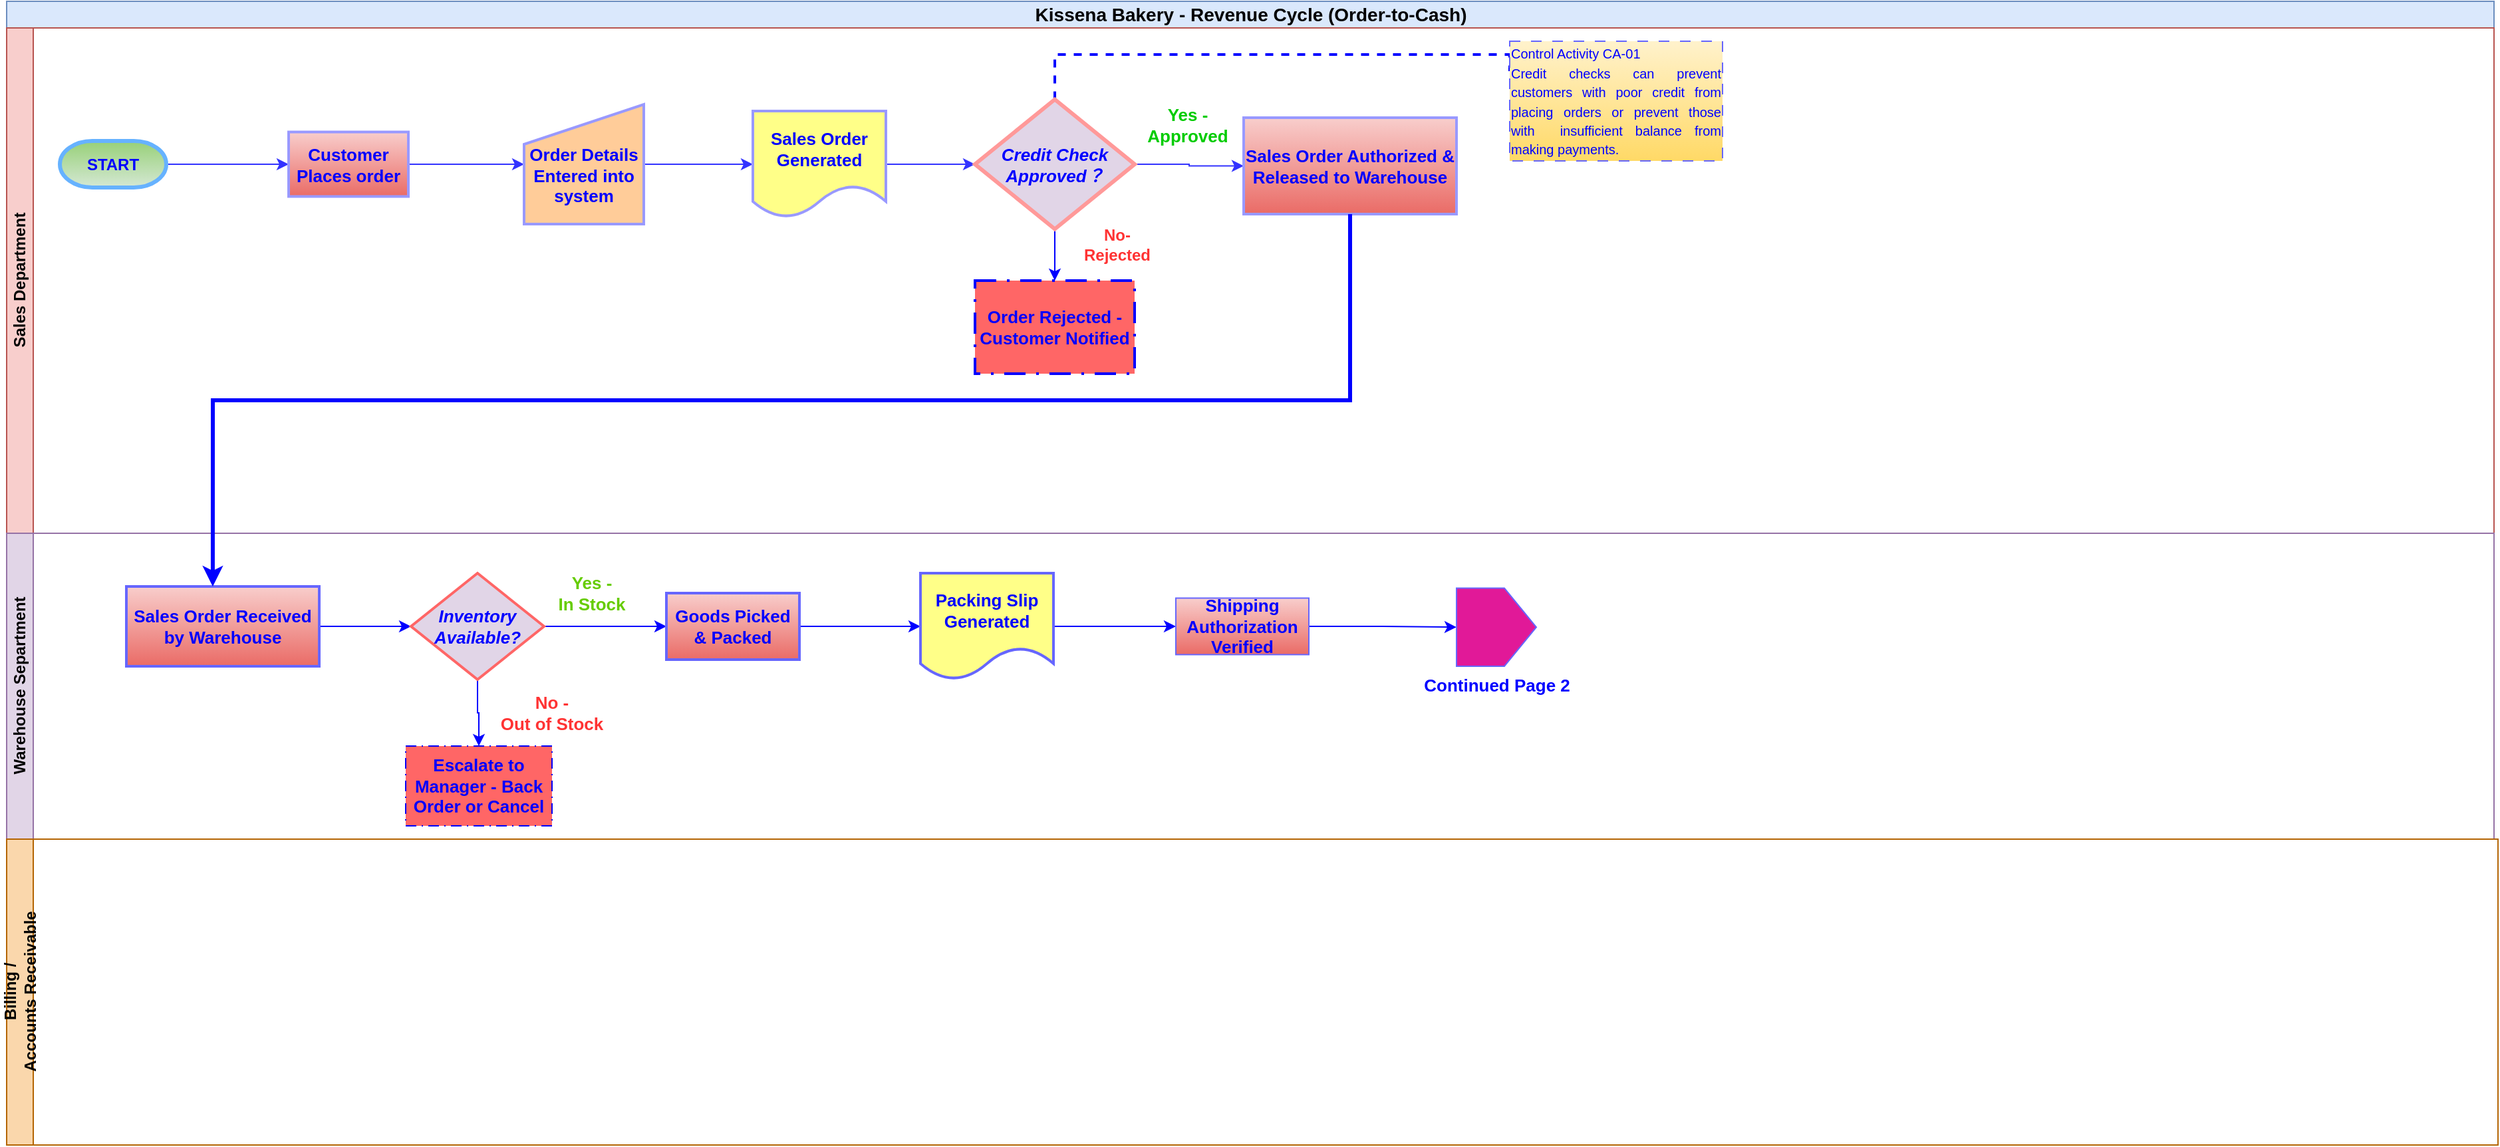
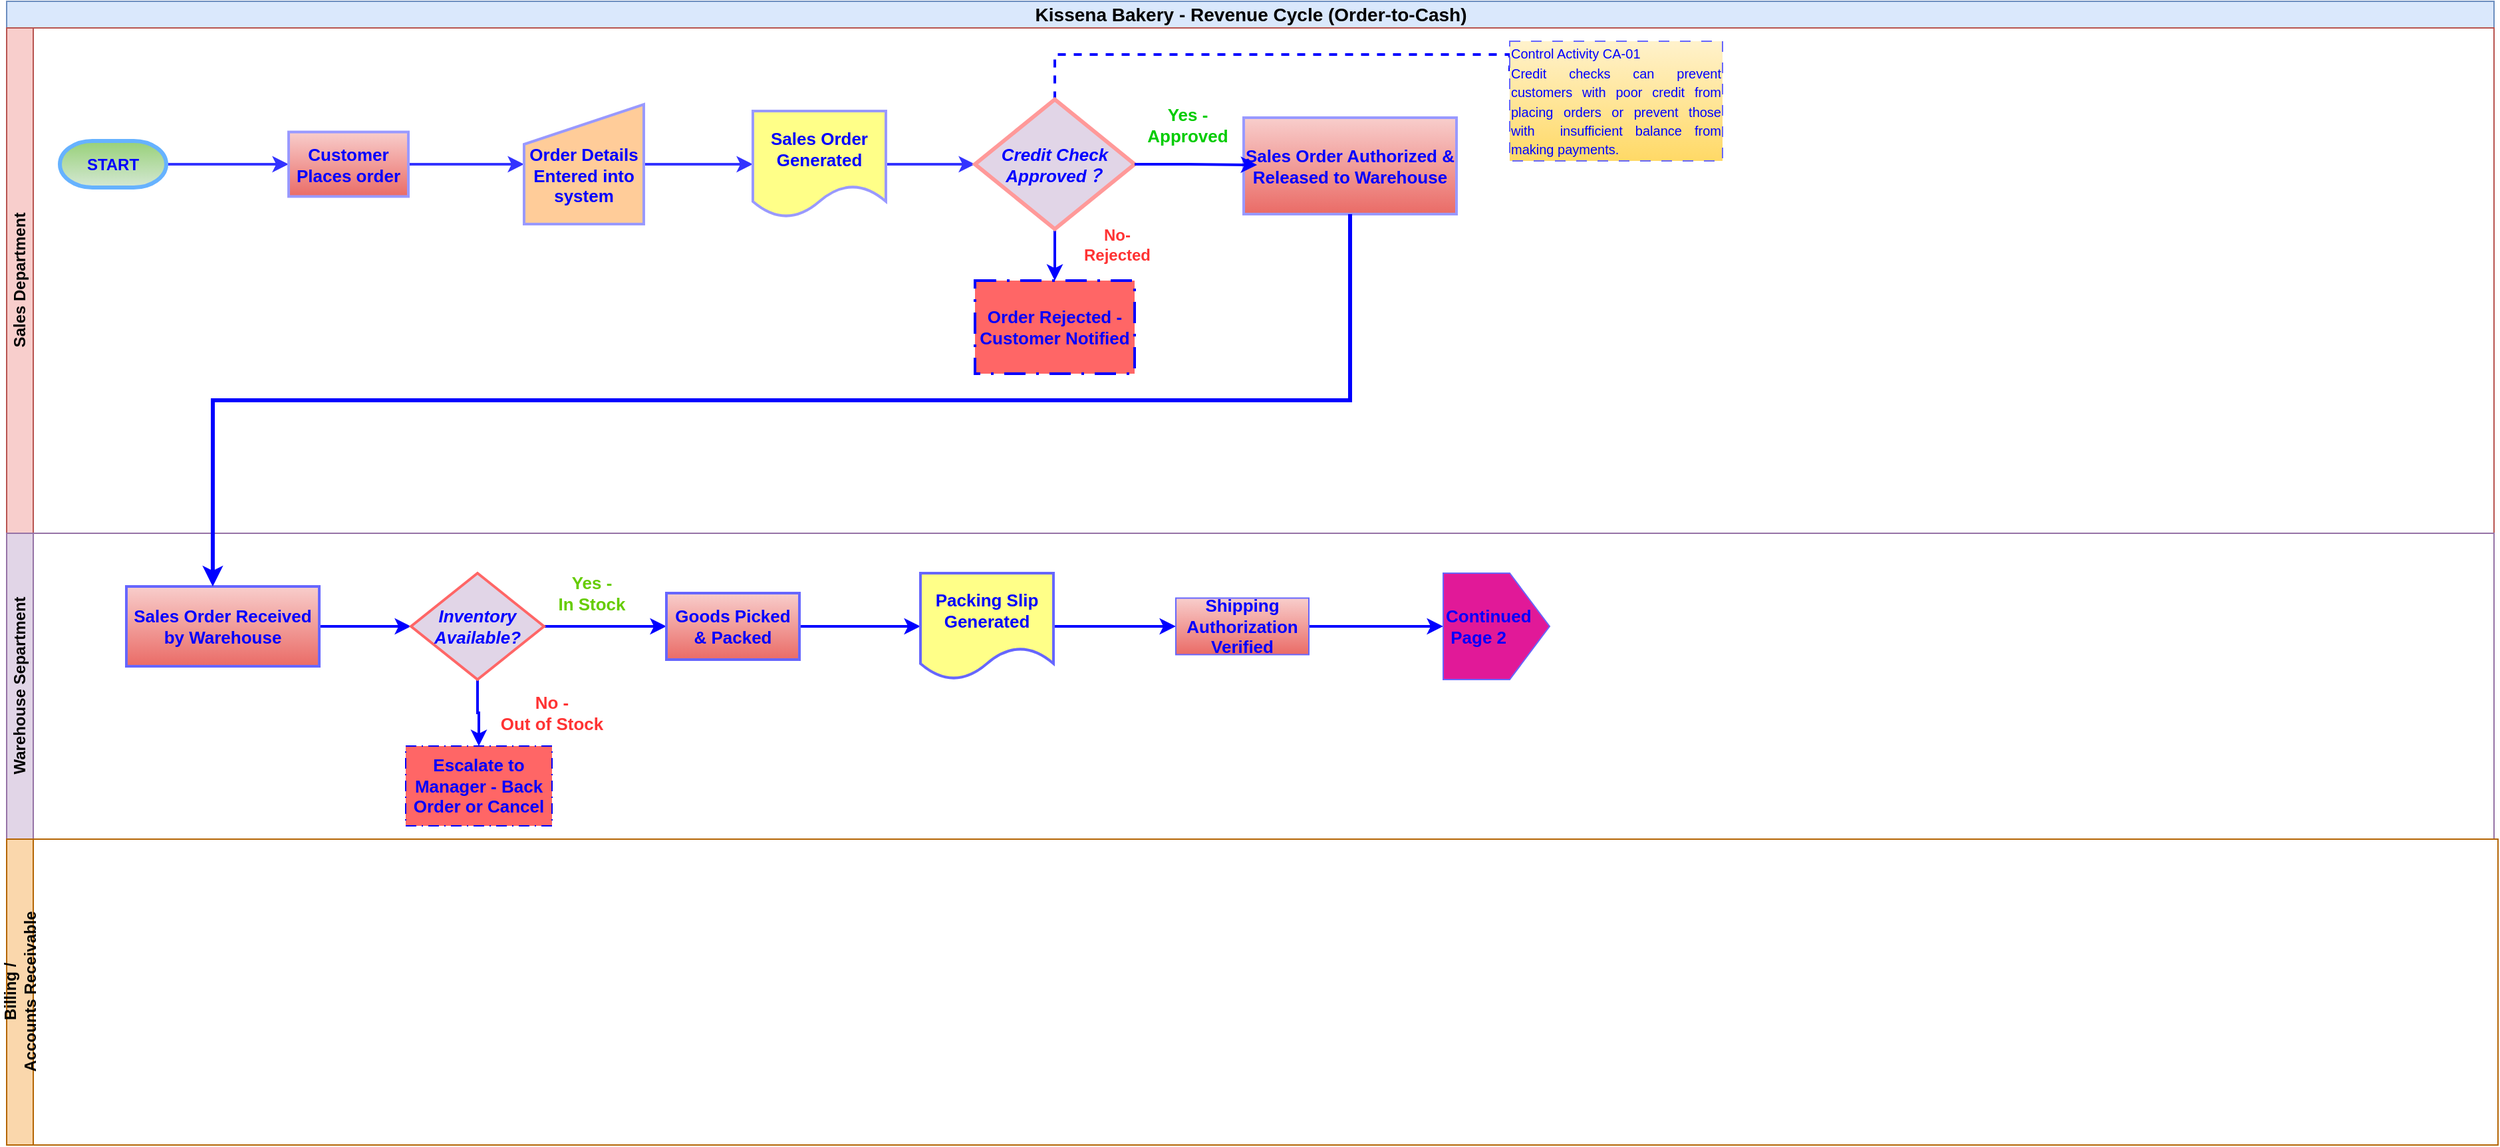
<mxfile host="app.diagrams.net" agent="Mozilla/5.0 (Windows NT 10.0; Win64; x64) AppleWebKit/537.36 (KHTML, like Gecko) Chrome/145.0.0.0 Safari/537.36" version="29.6.4" pages="2">
  <diagram name="Page-1" id="klMabU_GDppZGB9yFFRy">
-     <mxGraphModel dx="2755" dy="991" grid="1" gridSize="10" guides="1" tooltips="1" connect="1" arrows="1" fold="1" page="1" pageScale="1" pageWidth="1100" pageHeight="850" math="0" shadow="0">
+     <mxGraphModel dx="2431" dy="874" grid="1" gridSize="10" guides="1" tooltips="1" connect="1" arrows="1" fold="1" page="1" pageScale="1" pageWidth="1100" pageHeight="850" math="0" shadow="0">
      <root>
        <mxCell id="0" />
        <mxCell id="1" parent="0" />
        <mxCell id="0vQu63eh7_hz7IOFjZfk-1" parent="1" style="swimlane;childLayout=stackLayout;resizeParent=1;resizeParentMax=0;horizontal=1;startSize=20;horizontalStack=0;html=1;fillColor=#dae8fc;strokeColor=#6c8ebf;" value="&lt;div style=&quot;text-align: start;&quot;&gt;&lt;font style=&quot;font-size: 14px;&quot;&gt;Kissena Bakery - Revenue Cycle (Order-to-Cash)&lt;/font&gt;&lt;/div&gt;" vertex="1">
          <mxGeometry height="20" width="1870" x="80" y="30" as="geometry" />
        </mxCell>
        <mxCell id="0vQu63eh7_hz7IOFjZfk-2" parent="1" style="swimlane;startSize=20;horizontal=0;html=1;fillColor=#f8cecc;strokeColor=#b85450;" value="Sales Department" vertex="1">
          <mxGeometry height="380" width="1870" x="80" y="50" as="geometry">
            <mxRectangle height="30" width="610" y="20" as="alternateBounds" />
          </mxGeometry>
        </mxCell>
-         <mxCell id="0vQu63eh7_hz7IOFjZfk-43" edge="1" parent="0vQu63eh7_hz7IOFjZfk-2" source="0vQu63eh7_hz7IOFjZfk-10" style="edgeStyle=orthogonalEdgeStyle;rounded=0;orthogonalLoop=1;jettySize=auto;html=1;exitX=0;exitY=0.5;exitDx=0;exitDy=0;exitPerimeter=0;entryX=0;entryY=0.5;entryDx=0;entryDy=0;strokeColor=#3333FF;" target="0vQu63eh7_hz7IOFjZfk-15">
+         <mxCell id="0vQu63eh7_hz7IOFjZfk-43" edge="1" parent="0vQu63eh7_hz7IOFjZfk-2" source="0vQu63eh7_hz7IOFjZfk-10" style="edgeStyle=orthogonalEdgeStyle;rounded=0;orthogonalLoop=1;jettySize=auto;html=1;exitX=0;exitY=0.5;exitDx=0;exitDy=0;exitPerimeter=0;entryX=0;entryY=0.5;entryDx=0;entryDy=0;strokeColor=#3333FF;strokeWidth=2;" target="0vQu63eh7_hz7IOFjZfk-15">
          <mxGeometry relative="1" as="geometry" />
        </mxCell>
        <mxCell id="0vQu63eh7_hz7IOFjZfk-10" parent="0vQu63eh7_hz7IOFjZfk-2" style="strokeWidth=3;html=1;shape=mxgraph.flowchart.terminator;whiteSpace=wrap;direction=west;fillColor=#d5e8d4;gradientColor=#97d077;strokeColor=#66B2FF;" value="&lt;b&gt;&lt;font style=&quot;color: rgb(0, 0, 255);&quot;&gt;START&lt;/font&gt;&lt;/b&gt;" vertex="1">
          <mxGeometry height="35" width="80" x="40" y="85" as="geometry" />
        </mxCell>
-         <mxCell id="46-Umk2mzS9Czotzx1H9-2" edge="1" parent="0vQu63eh7_hz7IOFjZfk-2" source="0vQu63eh7_hz7IOFjZfk-15" style="edgeStyle=orthogonalEdgeStyle;rounded=0;orthogonalLoop=1;jettySize=auto;html=1;exitX=1;exitY=0.5;exitDx=0;exitDy=0;entryX=0;entryY=0.5;entryDx=0;entryDy=0;strokeColor=#3333FF;" target="0vQu63eh7_hz7IOFjZfk-20">
+         <mxCell id="46-Umk2mzS9Czotzx1H9-2" edge="1" parent="0vQu63eh7_hz7IOFjZfk-2" source="0vQu63eh7_hz7IOFjZfk-15" style="edgeStyle=orthogonalEdgeStyle;rounded=0;orthogonalLoop=1;jettySize=auto;html=1;exitX=1;exitY=0.5;exitDx=0;exitDy=0;entryX=0;entryY=0.5;entryDx=0;entryDy=0;strokeColor=#3333FF;strokeWidth=2;" target="0vQu63eh7_hz7IOFjZfk-20">
          <mxGeometry relative="1" as="geometry" />
        </mxCell>
        <mxCell id="0vQu63eh7_hz7IOFjZfk-15" parent="0vQu63eh7_hz7IOFjZfk-2" style="html=1;dashed=0;whiteSpace=wrap;strokeWidth=2;fillColor=#f8cecc;strokeColor=#9999FF;gradientColor=#ea6b66;" value="&lt;font style=&quot;font-size: 13px; color: rgb(0, 0, 255);&quot;&gt;&lt;b style=&quot;&quot;&gt;Customer Places order&lt;/b&gt;&lt;/font&gt;" vertex="1">
          <mxGeometry height="48.5" width="90" x="212" y="78.25" as="geometry" />
        </mxCell>
-         <mxCell id="46-Umk2mzS9Czotzx1H9-3" edge="1" parent="0vQu63eh7_hz7IOFjZfk-2" source="0vQu63eh7_hz7IOFjZfk-20" style="edgeStyle=orthogonalEdgeStyle;rounded=0;orthogonalLoop=1;jettySize=auto;html=1;exitX=1;exitY=0.5;exitDx=0;exitDy=0;entryX=0;entryY=0.5;entryDx=0;entryDy=0;strokeColor=#3333FF;" target="0vQu63eh7_hz7IOFjZfk-30">
+         <mxCell id="46-Umk2mzS9Czotzx1H9-3" edge="1" parent="0vQu63eh7_hz7IOFjZfk-2" source="0vQu63eh7_hz7IOFjZfk-20" style="edgeStyle=orthogonalEdgeStyle;rounded=0;orthogonalLoop=1;jettySize=auto;html=1;exitX=1;exitY=0.5;exitDx=0;exitDy=0;entryX=0;entryY=0.5;entryDx=0;entryDy=0;strokeColor=#3333FF;strokeWidth=2;" target="0vQu63eh7_hz7IOFjZfk-30">
          <mxGeometry relative="1" as="geometry" />
        </mxCell>
        <mxCell id="0vQu63eh7_hz7IOFjZfk-20" parent="0vQu63eh7_hz7IOFjZfk-2" style="shape=manualInput;whiteSpace=wrap;html=1;align=center;fillColor=#ffcc99;strokeColor=#9999FF;strokeWidth=2;" value="&lt;div style=&quot;&quot;&gt;&lt;span style=&quot;background-color: transparent;&quot;&gt;&lt;b style=&quot;&quot;&gt;&lt;font style=&quot;font-size: 13px; color: rgb(0, 0, 255);&quot;&gt;&lt;br&gt;&lt;/font&gt;&lt;/b&gt;&lt;/span&gt;&lt;/div&gt;&lt;div style=&quot;&quot;&gt;&lt;span style=&quot;background-color: transparent;&quot;&gt;&lt;b style=&quot;&quot;&gt;&lt;font style=&quot;font-size: 13px; color: rgb(0, 0, 255);&quot;&gt;Order Details Entered into system&lt;/font&gt;&lt;/b&gt;&lt;/span&gt;&lt;/div&gt;" vertex="1">
          <mxGeometry height="90" width="90" x="389" y="57.5" as="geometry" />
        </mxCell>
        <mxCell id="0vQu63eh7_hz7IOFjZfk-35" edge="1" parent="0vQu63eh7_hz7IOFjZfk-2" style="edgeStyle=orthogonalEdgeStyle;rounded=0;orthogonalLoop=1;jettySize=auto;html=1;exitX=0;exitY=0.5;exitDx=0;exitDy=0;">
          <mxGeometry relative="1" as="geometry">
            <mxPoint x="410" y="105" as="sourcePoint" />
            <mxPoint x="410" y="105" as="targetPoint" />
          </mxGeometry>
        </mxCell>
-         <mxCell id="46-Umk2mzS9Czotzx1H9-4" edge="1" parent="0vQu63eh7_hz7IOFjZfk-2" source="0vQu63eh7_hz7IOFjZfk-30" style="edgeStyle=orthogonalEdgeStyle;rounded=0;orthogonalLoop=1;jettySize=auto;html=1;exitX=1;exitY=0.5;exitDx=0;exitDy=0;entryX=0;entryY=0.5;entryDx=0;entryDy=0;strokeColor=#3333FF;" target="0vQu63eh7_hz7IOFjZfk-34">
+         <mxCell id="46-Umk2mzS9Czotzx1H9-4" edge="1" parent="0vQu63eh7_hz7IOFjZfk-2" source="0vQu63eh7_hz7IOFjZfk-30" style="edgeStyle=orthogonalEdgeStyle;rounded=0;orthogonalLoop=1;jettySize=auto;html=1;exitX=1;exitY=0.5;exitDx=0;exitDy=0;entryX=0;entryY=0.5;entryDx=0;entryDy=0;strokeColor=#3333FF;strokeWidth=2;" target="0vQu63eh7_hz7IOFjZfk-34">
          <mxGeometry relative="1" as="geometry" />
        </mxCell>
        <mxCell id="0vQu63eh7_hz7IOFjZfk-30" parent="0vQu63eh7_hz7IOFjZfk-2" style="shape=document;whiteSpace=wrap;html=1;boundedLbl=1;strokeWidth=2;fillColor=#ffff88;strokeColor=#9999FF;" value="&lt;font style=&quot;font-size: 13px; color: rgb(0, 0, 255);&quot;&gt;&lt;b&gt;Sales Order Generated&lt;/b&gt;&lt;/font&gt;" vertex="1">
          <mxGeometry height="80" width="100" x="561" y="62.5" as="geometry" />
        </mxCell>
        <mxCell id="pGH0SQg9JUakCyH8bkGQ-28" edge="1" parent="0vQu63eh7_hz7IOFjZfk-2" source="0vQu63eh7_hz7IOFjZfk-34" style="edgeStyle=orthogonalEdgeStyle;rounded=0;orthogonalLoop=1;jettySize=auto;html=1;exitX=0.5;exitY=0;exitDx=0;exitDy=0;entryX=0;entryY=0.25;entryDx=0;entryDy=0;endArrow=none;endFill=0;dashed=1;strokeWidth=2;strokeColor=#0000FF;" target="pGH0SQg9JUakCyH8bkGQ-23">
          <mxGeometry relative="1" as="geometry">
            <Array as="points">
              <mxPoint x="788" y="20" />
              <mxPoint x="1130" y="20" />
            </Array>
          </mxGeometry>
        </mxCell>
-         <mxCell id="DywWvH4VDf4e1SjyT3sU-2" edge="1" parent="0vQu63eh7_hz7IOFjZfk-2" source="0vQu63eh7_hz7IOFjZfk-34" style="edgeStyle=orthogonalEdgeStyle;rounded=0;orthogonalLoop=1;jettySize=auto;html=1;exitX=0.5;exitY=1;exitDx=0;exitDy=0;entryX=0.5;entryY=0;entryDx=0;entryDy=0;strokeColor=#0000FF;" target="0vQu63eh7_hz7IOFjZfk-65">
-           <mxGeometry relative="1" as="geometry" />
-         </mxCell>
-         <mxCell id="46-Umk2mzS9Czotzx1H9-5" edge="1" parent="0vQu63eh7_hz7IOFjZfk-2" source="0vQu63eh7_hz7IOFjZfk-34" style="edgeStyle=orthogonalEdgeStyle;rounded=0;orthogonalLoop=1;jettySize=auto;html=1;exitX=1;exitY=0.5;exitDx=0;exitDy=0;entryX=0;entryY=0.5;entryDx=0;entryDy=0;strokeColor=#3333FF;" target="0vQu63eh7_hz7IOFjZfk-67">
+         <mxCell id="DywWvH4VDf4e1SjyT3sU-2" edge="1" parent="0vQu63eh7_hz7IOFjZfk-2" source="0vQu63eh7_hz7IOFjZfk-34" style="edgeStyle=orthogonalEdgeStyle;rounded=0;orthogonalLoop=1;jettySize=auto;html=1;exitX=0.5;exitY=1;exitDx=0;exitDy=0;entryX=0.5;entryY=0;entryDx=0;entryDy=0;strokeColor=#0000FF;strokeWidth=2;" target="0vQu63eh7_hz7IOFjZfk-65">
          <mxGeometry relative="1" as="geometry" />
        </mxCell>
        <mxCell id="0vQu63eh7_hz7IOFjZfk-34" parent="0vQu63eh7_hz7IOFjZfk-2" style="rhombus;whiteSpace=wrap;html=1;fillColor=#e1d5e7;strokeColor=#FF9999;strokeWidth=3;" value="&lt;font style=&quot;font-size: 13px; color: rgb(0, 0, 255);&quot;&gt;&lt;b&gt;&lt;i&gt;Credit Check Approved？&lt;/i&gt;&lt;/b&gt;&lt;/font&gt;" vertex="1">
          <mxGeometry height="97.5" width="120" x="728" y="53.75" as="geometry" />
        </mxCell>
        <mxCell id="0vQu63eh7_hz7IOFjZfk-60" parent="0vQu63eh7_hz7IOFjZfk-2" style="text;html=1;whiteSpace=wrap;strokeColor=none;fillColor=none;align=center;verticalAlign=middle;rounded=0;fontColor=#00CC00;" value="&lt;font style=&quot;font-size: 13px;&quot;&gt;&lt;b style=&quot;&quot;&gt;Yes - Approved&lt;/b&gt;&lt;/font&gt;" vertex="1">
          <mxGeometry height="30" width="80" x="848" y="57.5" as="geometry" />
        </mxCell>
        <mxCell id="0vQu63eh7_hz7IOFjZfk-65" parent="0vQu63eh7_hz7IOFjZfk-2" style="html=1;dashed=1;whiteSpace=wrap;strokeWidth=2;fillColor=light-dark(#FF6666,#FF3333);strokeColor=#0000FF;fontColor=#ffffff;fontStyle=1;dashPattern=8 4 1 4;" value="&lt;font style=&quot;font-size: 13px; color: rgb(0, 0, 255);&quot;&gt;Order Rejected - Customer Notified&lt;/font&gt;" vertex="1">
          <mxGeometry height="70" width="120" x="728" y="190" as="geometry" />
        </mxCell>
        <mxCell id="0vQu63eh7_hz7IOFjZfk-67" parent="0vQu63eh7_hz7IOFjZfk-2" style="html=1;dashed=0;whiteSpace=wrap;fillColor=#f8cecc;gradientColor=#ea6b66;strokeColor=#9999FF;strokeWidth=2;" value="&lt;font style=&quot;font-size: 13px; color: rgb(0, 0, 255);&quot;&gt;&lt;b&gt;Sales Order Authorized &amp;amp; Released to Warehouse&lt;/b&gt;&lt;/font&gt;" vertex="1">
          <mxGeometry height="72.5" width="160" x="930" y="67.5" as="geometry" />
        </mxCell>
        <mxCell id="pGH0SQg9JUakCyH8bkGQ-23" parent="0vQu63eh7_hz7IOFjZfk-2" style="html=1;dashed=1;whiteSpace=wrap;dashPattern=8 8;fillColor=#fff2cc;gradientColor=#ffd966;strokeColor=light-dark(#6666FF,#6D5100);strokeWidth=1;" value="&lt;div style=&quot;text-align: justify;&quot;&gt;&lt;span style=&quot;font-size: 10px; background-color: transparent;&quot;&gt;&lt;font style=&quot;color: rgb(0, 0, 255);&quot;&gt;Control Activity&amp;nbsp;CA-01&lt;/font&gt;&lt;/span&gt;&lt;/div&gt;&lt;font style=&quot;color: rgb(0, 0, 255);&quot;&gt;&lt;div style=&quot;text-align: justify;&quot;&gt;&lt;span style=&quot;font-size: 10px; background-color: transparent;&quot;&gt;Credit checks can prevent customers with poor credit from placing orders or prevent those with&amp;nbsp; insufficient balance from making payments.&lt;/span&gt;&lt;/div&gt;&lt;/font&gt;" vertex="1">
          <mxGeometry height="90" width="160" x="1130" y="10" as="geometry" />
        </mxCell>
        <mxCell id="DywWvH4VDf4e1SjyT3sU-3" parent="0vQu63eh7_hz7IOFjZfk-2" style="text;html=1;whiteSpace=wrap;strokeColor=none;fillColor=none;align=center;verticalAlign=middle;rounded=0;fontSize=12;fontStyle=1;fontColor=#FF3333;" value="&lt;span&gt;&lt;font style=&quot;&quot;&gt;No-Rejected&lt;/font&gt;&lt;/span&gt;" vertex="1">
          <mxGeometry height="30" width="70" x="800" y="147.5" as="geometry" />
        </mxCell>
+         <mxCell id="G1smnQENkRiUrPdJOTDi-3" edge="1" parent="0vQu63eh7_hz7IOFjZfk-2" source="0vQu63eh7_hz7IOFjZfk-34" style="edgeStyle=orthogonalEdgeStyle;rounded=0;orthogonalLoop=1;jettySize=auto;html=1;exitX=1;exitY=0.5;exitDx=0;exitDy=0;entryX=0.063;entryY=0.49;entryDx=0;entryDy=0;entryPerimeter=0;strokeColor=#0000FF;strokeWidth=2;" target="0vQu63eh7_hz7IOFjZfk-67">
+           <mxGeometry relative="1" as="geometry" />
+         </mxCell>
        <mxCell id="0vQu63eh7_hz7IOFjZfk-3" parent="1" style="swimlane;startSize=20;horizontal=0;html=1;fillColor=#e1d5e7;strokeColor=#9673a6;" value="Warehouse Separtment" vertex="1">
          <mxGeometry height="230" width="1870" x="80" y="430" as="geometry" />
        </mxCell>
-         <mxCell id="pGH0SQg9JUakCyH8bkGQ-32" edge="1" parent="0vQu63eh7_hz7IOFjZfk-3" source="0vQu63eh7_hz7IOFjZfk-73" style="edgeStyle=orthogonalEdgeStyle;rounded=0;orthogonalLoop=1;jettySize=auto;html=1;exitX=1;exitY=0.5;exitDx=0;exitDy=0;entryX=0;entryY=0.5;entryDx=0;entryDy=0;strokeColor=#0000FF;" target="0vQu63eh7_hz7IOFjZfk-92">
+         <mxCell id="pGH0SQg9JUakCyH8bkGQ-32" edge="1" parent="0vQu63eh7_hz7IOFjZfk-3" source="0vQu63eh7_hz7IOFjZfk-73" style="edgeStyle=orthogonalEdgeStyle;rounded=0;orthogonalLoop=1;jettySize=auto;html=1;exitX=1;exitY=0.5;exitDx=0;exitDy=0;entryX=0;entryY=0.5;entryDx=0;entryDy=0;strokeColor=#0000FF;strokeWidth=2;" target="0vQu63eh7_hz7IOFjZfk-92">
          <mxGeometry relative="1" as="geometry" />
        </mxCell>
        <mxCell id="0vQu63eh7_hz7IOFjZfk-73" parent="0vQu63eh7_hz7IOFjZfk-3" style="html=1;dashed=0;whiteSpace=wrap;fillColor=#f8cecc;gradientColor=#ea6b66;strokeColor=#6666FF;strokeWidth=2;" value="&lt;font style=&quot;font-size: 13px; color: rgb(0, 0, 255);&quot;&gt;&lt;b&gt;Sales Order Received by Warehouse&lt;/b&gt;&lt;/font&gt;" vertex="1">
          <mxGeometry height="60" width="145" x="90" y="40" as="geometry" />
        </mxCell>
-         <mxCell id="pGH0SQg9JUakCyH8bkGQ-31" edge="1" parent="0vQu63eh7_hz7IOFjZfk-3" source="0vQu63eh7_hz7IOFjZfk-92" style="edgeStyle=orthogonalEdgeStyle;rounded=0;orthogonalLoop=1;jettySize=auto;html=1;exitX=1;exitY=0.5;exitDx=0;exitDy=0;entryX=0;entryY=0.5;entryDx=0;entryDy=0;strokeColor=#0000FF;" target="0vQu63eh7_hz7IOFjZfk-106">
-           <mxGeometry relative="1" as="geometry" />
-         </mxCell>
-         <mxCell id="pGH0SQg9JUakCyH8bkGQ-34" edge="1" parent="0vQu63eh7_hz7IOFjZfk-3" source="0vQu63eh7_hz7IOFjZfk-92" style="edgeStyle=orthogonalEdgeStyle;rounded=0;orthogonalLoop=1;jettySize=auto;html=1;exitX=0.5;exitY=1;exitDx=0;exitDy=0;entryX=0.5;entryY=0;entryDx=0;entryDy=0;strokeColor=#0000FF;" target="0vQu63eh7_hz7IOFjZfk-96">
+         <mxCell id="pGH0SQg9JUakCyH8bkGQ-31" edge="1" parent="0vQu63eh7_hz7IOFjZfk-3" source="0vQu63eh7_hz7IOFjZfk-92" style="edgeStyle=orthogonalEdgeStyle;rounded=0;orthogonalLoop=1;jettySize=auto;html=1;exitX=1;exitY=0.5;exitDx=0;exitDy=0;entryX=0;entryY=0.5;entryDx=0;entryDy=0;strokeColor=#0000FF;strokeWidth=2;" target="0vQu63eh7_hz7IOFjZfk-106">
+           <mxGeometry relative="1" as="geometry" />
+         </mxCell>
+         <mxCell id="pGH0SQg9JUakCyH8bkGQ-34" edge="1" parent="0vQu63eh7_hz7IOFjZfk-3" source="0vQu63eh7_hz7IOFjZfk-92" style="edgeStyle=orthogonalEdgeStyle;rounded=0;orthogonalLoop=1;jettySize=auto;html=1;exitX=0.5;exitY=1;exitDx=0;exitDy=0;entryX=0.5;entryY=0;entryDx=0;entryDy=0;strokeColor=#0000FF;strokeWidth=2;" target="0vQu63eh7_hz7IOFjZfk-96">
          <mxGeometry relative="1" as="geometry" />
        </mxCell>
        <mxCell id="0vQu63eh7_hz7IOFjZfk-92" parent="0vQu63eh7_hz7IOFjZfk-3" style="rhombus;whiteSpace=wrap;html=1;fillColor=#e1d5e7;strokeColor=light-dark(#FF6666,#FF3333);strokeWidth=2;" value="&lt;font style=&quot;font-size: 13px; color: rgb(0, 0, 255);&quot;&gt;&lt;b&gt;&lt;i&gt;Inventory Available?&lt;/i&gt;&lt;/b&gt;&lt;/font&gt;" vertex="1">
          <mxGeometry height="80" width="100" x="304" y="30" as="geometry" />
        </mxCell>
        <mxCell id="0vQu63eh7_hz7IOFjZfk-96" parent="0vQu63eh7_hz7IOFjZfk-3" style="html=1;dashed=1;whiteSpace=wrap;fillColor=#FF6666;strokeColor=#0000FF;fontColor=#ffffff;dashPattern=8 4 1 4;" value="&lt;b&gt;&lt;font style=&quot;font-size: 13px; color: rgb(0, 0, 255);&quot;&gt;Escalate to Manager - Back Order or Cancel&lt;/font&gt;&lt;/b&gt;" vertex="1">
          <mxGeometry height="60" width="110" x="300" y="160" as="geometry" />
        </mxCell>
-         <mxCell id="46-Umk2mzS9Czotzx1H9-6" edge="1" parent="0vQu63eh7_hz7IOFjZfk-3" source="0vQu63eh7_hz7IOFjZfk-106" style="edgeStyle=orthogonalEdgeStyle;rounded=0;orthogonalLoop=1;jettySize=auto;html=1;exitX=1;exitY=0.5;exitDx=0;exitDy=0;entryX=0;entryY=0.5;entryDx=0;entryDy=0;strokeColor=#0000FF;" target="0vQu63eh7_hz7IOFjZfk-110">
+         <mxCell id="46-Umk2mzS9Czotzx1H9-6" edge="1" parent="0vQu63eh7_hz7IOFjZfk-3" source="0vQu63eh7_hz7IOFjZfk-106" style="edgeStyle=orthogonalEdgeStyle;rounded=0;orthogonalLoop=1;jettySize=auto;html=1;exitX=1;exitY=0.5;exitDx=0;exitDy=0;entryX=0;entryY=0.5;entryDx=0;entryDy=0;strokeColor=#0000FF;strokeWidth=2;" target="0vQu63eh7_hz7IOFjZfk-110">
          <mxGeometry relative="1" as="geometry" />
        </mxCell>
        <mxCell id="0vQu63eh7_hz7IOFjZfk-106" parent="0vQu63eh7_hz7IOFjZfk-3" style="html=1;dashed=0;whiteSpace=wrap;strokeWidth=2;fillColor=#f8cecc;gradientColor=#ea6b66;strokeColor=#6666FF;" value="&lt;font style=&quot;font-size: 13px; color: rgb(0, 0, 255);&quot;&gt;&lt;b&gt;Goods Picked &amp;amp; Packed&lt;/b&gt;&lt;/font&gt;" vertex="1">
          <mxGeometry height="50" width="100" x="496" y="45" as="geometry" />
        </mxCell>
-         <mxCell id="46-Umk2mzS9Czotzx1H9-8" edge="1" parent="0vQu63eh7_hz7IOFjZfk-3" source="0vQu63eh7_hz7IOFjZfk-110" style="edgeStyle=orthogonalEdgeStyle;rounded=0;orthogonalLoop=1;jettySize=auto;html=1;exitX=1;exitY=0.5;exitDx=0;exitDy=0;entryX=0;entryY=0.5;entryDx=0;entryDy=0;strokeColor=#0000FF;" target="0vQu63eh7_hz7IOFjZfk-112">
+         <mxCell id="46-Umk2mzS9Czotzx1H9-8" edge="1" parent="0vQu63eh7_hz7IOFjZfk-3" source="0vQu63eh7_hz7IOFjZfk-110" style="edgeStyle=orthogonalEdgeStyle;rounded=0;orthogonalLoop=1;jettySize=auto;html=1;exitX=1;exitY=0.5;exitDx=0;exitDy=0;entryX=0;entryY=0.5;entryDx=0;entryDy=0;strokeColor=#0000FF;strokeWidth=2;" target="0vQu63eh7_hz7IOFjZfk-112">
          <mxGeometry relative="1" as="geometry" />
        </mxCell>
        <mxCell id="0vQu63eh7_hz7IOFjZfk-110" parent="0vQu63eh7_hz7IOFjZfk-3" style="shape=document;whiteSpace=wrap;html=1;boundedLbl=1;strokeWidth=2;fillColor=#ffff88;strokeColor=#6666FF;" value="&lt;font style=&quot;font-size: 13px; color: rgb(0, 0, 255);&quot;&gt;&lt;b&gt;Packing Slip Generated&lt;/b&gt;&lt;/font&gt;" vertex="1">
          <mxGeometry height="80" width="100" x="687" y="30" as="geometry" />
        </mxCell>
-         <mxCell id="46-Umk2mzS9Czotzx1H9-9" edge="1" parent="0vQu63eh7_hz7IOFjZfk-3" source="0vQu63eh7_hz7IOFjZfk-112" style="edgeStyle=orthogonalEdgeStyle;rounded=0;orthogonalLoop=1;jettySize=auto;html=1;exitX=1;exitY=0.5;exitDx=0;exitDy=0;entryX=0.5;entryY=0;entryDx=0;entryDy=0;strokeColor=#0000FF;" target="0vQu63eh7_hz7IOFjZfk-126">
+         <mxCell id="G1smnQENkRiUrPdJOTDi-2" edge="1" parent="0vQu63eh7_hz7IOFjZfk-3" source="0vQu63eh7_hz7IOFjZfk-112" style="edgeStyle=orthogonalEdgeStyle;rounded=0;orthogonalLoop=1;jettySize=auto;html=1;exitX=1;exitY=0.5;exitDx=0;exitDy=0;entryX=0.5;entryY=0;entryDx=0;entryDy=0;strokeColor=#0000FF;strokeWidth=2;" target="G1smnQENkRiUrPdJOTDi-1">
          <mxGeometry relative="1" as="geometry" />
        </mxCell>
        <mxCell id="0vQu63eh7_hz7IOFjZfk-112" parent="0vQu63eh7_hz7IOFjZfk-3" style="html=1;dashed=0;whiteSpace=wrap;strokeColor=#6666FF;fillColor=#f8cecc;gradientColor=#ea6b66;fontStyle=1" value="&lt;font style=&quot;font-size: 13px; color: rgb(0, 0, 255);&quot;&gt;Shipping Authorization Verified&lt;/font&gt;" vertex="1">
          <mxGeometry height="42.5" width="100" x="879" y="48.75" as="geometry" />
        </mxCell>
        <mxCell id="0vQu63eh7_hz7IOFjZfk-98" parent="0vQu63eh7_hz7IOFjZfk-3" style="text;html=1;whiteSpace=wrap;strokeColor=none;fillColor=none;align=center;verticalAlign=middle;rounded=0;fontColor=#FF3333;" value="&lt;font style=&quot;font-size: 13px;&quot;&gt;&lt;b&gt;No - &lt;br&gt;Out of Stock&lt;/b&gt;&lt;/font&gt;" vertex="1">
          <mxGeometry height="30" width="80" x="370" y="120" as="geometry" />
        </mxCell>
-         <mxCell id="0vQu63eh7_hz7IOFjZfk-126" parent="0vQu63eh7_hz7IOFjZfk-3" style="verticalLabelPosition=bottom;verticalAlign=top;html=1;shape=offPageConnector;rounded=0;size=0.4;fillColor=light-dark(#e11998, #ededed);direction=north;strokeColor=#6666FF;" value="&lt;font style=&quot;font-size: 13px; color: rgb(0, 0, 255);&quot;&gt;&lt;b&gt;Continued Page 2&lt;/b&gt;&lt;/font&gt;" vertex="1">
-           <mxGeometry height="58.75" width="60" x="1090" y="41.25" as="geometry" />
+         <mxCell id="G1smnQENkRiUrPdJOTDi-1" parent="0vQu63eh7_hz7IOFjZfk-3" style="shape=offPageConnector;whiteSpace=wrap;html=1;direction=north;strokeColor=#6666FF;fillColor=#E11998;align=left;" value="&lt;b style=&quot;color: rgb(0, 0, 255); font-size: 13px; text-wrap-mode: nowrap;&quot;&gt;Continued&lt;br&gt;&amp;nbsp;Page 2&lt;/b&gt;" vertex="1">
+           <mxGeometry height="80" width="80" x="1080" y="30" as="geometry" />
        </mxCell>
        <mxCell id="0vQu63eh7_hz7IOFjZfk-86" edge="1" parent="1" source="0vQu63eh7_hz7IOFjZfk-67" style="edgeStyle=orthogonalEdgeStyle;rounded=0;orthogonalLoop=1;jettySize=auto;html=1;exitX=0.5;exitY=1;exitDx=0;exitDy=0;entryX=0.448;entryY=0;entryDx=0;entryDy=0;entryPerimeter=0;fontColor=#0000CC;strokeColor=#0000FF;strokeWidth=3;" target="0vQu63eh7_hz7IOFjZfk-73">
          <mxGeometry relative="1" as="geometry">
            <Array as="points">
              <mxPoint x="1090" y="330" />
              <mxPoint x="235" y="330" />
            </Array>
          </mxGeometry>
        </mxCell>
        <mxCell id="0vQu63eh7_hz7IOFjZfk-4" parent="1" style="swimlane;startSize=20;horizontal=0;html=1;fillColor=#fad7ac;strokeColor=#b46504;" value="Billing /&lt;br&gt;Accounts Receivable" vertex="1">
          <mxGeometry height="230" width="1873" x="80" y="660" as="geometry">
            <mxRectangle height="30" width="500" y="310" as="alternateBounds" />
          </mxGeometry>
        </mxCell>
        <mxCell id="46-Umk2mzS9Czotzx1H9-12" parent="1" style="text;html=1;whiteSpace=wrap;strokeColor=none;fillColor=none;align=center;verticalAlign=middle;rounded=0;" value="&lt;b style=&quot;color: rgb(102, 204, 0);&quot;&gt;&lt;font style=&quot;font-size: 13px;&quot;&gt;Yes -&lt;br&gt;In Stock&lt;/font&gt;&lt;/b&gt;" vertex="1">
          <mxGeometry height="30" width="80" x="480" y="460" as="geometry" />
        </mxCell>
      </root>
    </mxGraphModel>
  </diagram>
  <diagram id="ZDdy4ylPSpOC2Ge6VpiW" name="Page-2">
-     <mxGraphModel dx="1432" dy="920" grid="1" gridSize="10" guides="1" tooltips="1" connect="1" arrows="1" fold="1" page="1" pageScale="1" pageWidth="1100" pageHeight="850" math="0" shadow="0">
+     <mxGraphModel dx="2066" dy="743" grid="1" gridSize="10" guides="1" tooltips="1" connect="1" arrows="1" fold="1" page="1" pageScale="1" pageWidth="1100" pageHeight="850" math="0" shadow="0">
      <root>
        <mxCell id="0" />
        <mxCell id="1" parent="0" />
        <mxCell id="_GW_QHAqRueJzuYdTQVs-1" parent="1" style="swimlane;startSize=20;horizontal=0;html=1;fillColor=#e1d5e7;strokeColor=#9673a6;" value="Warehouse Separtment" vertex="1">
          <mxGeometry height="270" width="1330" x="110" y="150" as="geometry" />
        </mxCell>
-         <mxCell id="NPzT6j0T7aDQ1cg_r_by-1" edge="1" parent="_GW_QHAqRueJzuYdTQVs-1" source="_GW_QHAqRueJzuYdTQVs-14" style="edgeStyle=orthogonalEdgeStyle;rounded=0;orthogonalLoop=1;jettySize=auto;html=1;exitX=0.5;exitY=1;exitDx=0;exitDy=0;entryX=0;entryY=0.5;entryDx=0;entryDy=0;strokeColor=#0000FF;" target="JTW380UVqBL9k5zzlviH-1">
-           <mxGeometry relative="1" as="geometry" />
-         </mxCell>
-         <mxCell id="_GW_QHAqRueJzuYdTQVs-14" parent="_GW_QHAqRueJzuYdTQVs-1" style="verticalLabelPosition=bottom;verticalAlign=top;html=1;shape=offPageConnector;rounded=0;size=0.36363636363636365;fillColor=light-dark(#e11998, #ededed);direction=north;strokeColor=#6666FF;" value="&lt;font style=&quot;font-size: 13px; color: rgb(0, 0, 255);&quot;&gt;&lt;b&gt;Continued Page 2&lt;/b&gt;&lt;/font&gt;" vertex="1">
-           <mxGeometry height="60" width="70" x="70" y="70" as="geometry" />
-         </mxCell>
        <mxCell id="JTW380UVqBL9k5zzlviH-1" parent="_GW_QHAqRueJzuYdTQVs-1" style="html=1;dashed=0;whiteSpace=wrap;fillColor=#f8cecc;gradientColor=#ea6b66;strokeColor=#6666FF;" value="&lt;font style=&quot;font-size: 13px; color: rgb(0, 0, 255);&quot;&gt;&lt;b&gt;Goods Dispatched to Customer&lt;/b&gt;&lt;/font&gt;" vertex="1">
          <mxGeometry height="50" width="100" x="220" y="75" as="geometry" />
+         </mxCell>
+         <mxCell id="Y0x97Svv89Kf0asxUhHi-3" edge="1" parent="_GW_QHAqRueJzuYdTQVs-1" source="Y0x97Svv89Kf0asxUhHi-1" style="edgeStyle=orthogonalEdgeStyle;rounded=0;orthogonalLoop=1;jettySize=auto;html=1;exitX=0.5;exitY=1;exitDx=0;exitDy=0;entryX=0;entryY=0.5;entryDx=0;entryDy=0;strokeWidth=2;strokeColor=#0000FF;" target="JTW380UVqBL9k5zzlviH-1">
+           <mxGeometry relative="1" as="geometry" />
+         </mxCell>
+         <mxCell id="Y0x97Svv89Kf0asxUhHi-1" parent="_GW_QHAqRueJzuYdTQVs-1" style="shape=offPageConnector;whiteSpace=wrap;html=1;direction=north;strokeColor=#6666FF;fillColor=#E11998;align=left;" value="&lt;b style=&quot;color: rgb(0, 0, 255); font-size: 13px; text-wrap-mode: nowrap;&quot;&gt;Continued&lt;br&gt;&amp;nbsp;Page 2&lt;/b&gt;" vertex="1">
+           <mxGeometry height="80" width="80" x="70" y="60" as="geometry" />
        </mxCell>
        <mxCell id="VSqCA1LAcqbEIX1a-AIG-1" parent="1" style="swimlane;startSize=20;horizontal=0;html=1;whiteSpace=wrap;fillColor=#ffcc99;strokeColor=#36393d;" value="&lt;span style=&quot;text-wrap-mode: nowrap;&quot;&gt;Billing /&lt;/span&gt;&lt;br style=&quot;text-wrap-mode: nowrap;&quot;&gt;&lt;span style=&quot;text-wrap-mode: nowrap;&quot;&gt;Accounts Receivable&lt;/span&gt;" vertex="1">
          <mxGeometry height="170" width="1330" x="110" y="420" as="geometry" />
        </mxCell>
        <mxCell id="KsxiR5SY5I83CpnIQ7mC-4" edge="1" parent="VSqCA1LAcqbEIX1a-AIG-1" source="2IOCe_ZcG10jMQKezpJ2-1" style="edgeStyle=orthogonalEdgeStyle;rounded=0;orthogonalLoop=1;jettySize=auto;html=1;exitX=1;exitY=0.5;exitDx=0;exitDy=0;entryX=0;entryY=0.5;entryDx=0;entryDy=0;strokeColor=#0000FF;" target="2IOCe_ZcG10jMQKezpJ2-2">
          <mxGeometry relative="1" as="geometry" />
        </mxCell>
        <mxCell id="2IOCe_ZcG10jMQKezpJ2-1" parent="VSqCA1LAcqbEIX1a-AIG-1" style="html=1;dashed=0;whiteSpace=wrap;strokeWidth=2;fillColor=#f8cecc;gradientColor=#ea6b66;strokeColor=#6666FF;" value="&lt;b&gt;&lt;font style=&quot;font-size: 13px; color: rgb(0, 0, 255);&quot;&gt;Dispatch Confirmation Received&lt;/font&gt;&lt;/b&gt;" vertex="1">
          <mxGeometry height="50" width="100" x="50" y="50" as="geometry" />
        </mxCell>
        <mxCell id="KsxiR5SY5I83CpnIQ7mC-5" edge="1" parent="VSqCA1LAcqbEIX1a-AIG-1" source="2IOCe_ZcG10jMQKezpJ2-2" style="edgeStyle=orthogonalEdgeStyle;rounded=0;orthogonalLoop=1;jettySize=auto;html=1;exitX=1;exitY=0.5;exitDx=0;exitDy=0;entryX=0;entryY=0.5;entryDx=0;entryDy=0;strokeColor=#0000FF;" target="dAGMuh-EUK1Y8pTE6-PC-2">
          <mxGeometry relative="1" as="geometry" />
        </mxCell>
        <mxCell id="2IOCe_ZcG10jMQKezpJ2-2" parent="VSqCA1LAcqbEIX1a-AIG-1" style="shape=document;whiteSpace=wrap;html=1;boundedLbl=1;fillColor=#ffff88;strokeColor=#6666FF;strokeWidth=2;" value="&lt;font style=&quot;font-size: 13px; color: rgb(0, 0, 255);&quot;&gt;&lt;b&gt;Invoice Generated &amp;amp; Sent to Customer&lt;/b&gt;&lt;/font&gt;" vertex="1">
          <mxGeometry height="80" width="120" x="229" y="35" as="geometry" />
        </mxCell>
        <mxCell id="KsxiR5SY5I83CpnIQ7mC-6" edge="1" parent="VSqCA1LAcqbEIX1a-AIG-1" source="dAGMuh-EUK1Y8pTE6-PC-2" style="edgeStyle=orthogonalEdgeStyle;rounded=0;orthogonalLoop=1;jettySize=auto;html=1;exitX=1;exitY=0.5;exitDx=0;exitDy=0;entryX=0;entryY=0.5;entryDx=0;entryDy=0;strokeColor=#0000FF;" target="dAGMuh-EUK1Y8pTE6-PC-4">
          <mxGeometry relative="1" as="geometry" />
        </mxCell>
        <mxCell id="dAGMuh-EUK1Y8pTE6-PC-2" parent="VSqCA1LAcqbEIX1a-AIG-1" style="html=1;dashed=0;whiteSpace=wrap;strokeWidth=2;fillColor=#f8cecc;gradientColor=#ea6b66;strokeColor=#6666FF;" value="&lt;b&gt;&lt;font style=&quot;font-size: 13px; color: rgb(0, 0, 255);&quot;&gt;Payment Received from Customer&lt;/font&gt;&lt;/b&gt;" vertex="1">
          <mxGeometry height="50" width="110" x="423" y="50" as="geometry" />
        </mxCell>
        <mxCell id="KsxiR5SY5I83CpnIQ7mC-8" edge="1" parent="VSqCA1LAcqbEIX1a-AIG-1" source="dAGMuh-EUK1Y8pTE6-PC-4" style="edgeStyle=orthogonalEdgeStyle;rounded=0;orthogonalLoop=1;jettySize=auto;html=1;exitX=1;exitY=0.5;exitDx=0;exitDy=0;entryX=0;entryY=0.5;entryDx=0;entryDy=0;strokeColor=#0000FF;" target="dAGMuh-EUK1Y8pTE6-PC-6">
          <mxGeometry relative="1" as="geometry" />
        </mxCell>
        <mxCell id="dAGMuh-EUK1Y8pTE6-PC-4" parent="VSqCA1LAcqbEIX1a-AIG-1" style="shape=document;whiteSpace=wrap;html=1;boundedLbl=1;fillColor=#ffff88;strokeColor=#6666FF;strokeWidth=2;" value="&lt;font style=&quot;font-size: 13px; color: rgb(0, 0, 255);&quot;&gt;&lt;b&gt;Remittance Advice Recorded&lt;/b&gt;&lt;/font&gt;" vertex="1">
          <mxGeometry height="75" width="110" x="611" y="37.5" as="geometry" />
        </mxCell>
        <mxCell id="dAGMuh-EUK1Y8pTE6-PC-6" parent="VSqCA1LAcqbEIX1a-AIG-1" style="html=1;dashed=0;whiteSpace=wrap;strokeWidth=2;fillColor=#f8cecc;gradientColor=#ea6b66;strokeColor=#6666FF;" value="&lt;b&gt;&lt;font style=&quot;font-size: 13px; color: rgb(0, 0, 255);&quot;&gt;Cash Posted to Accounts Receivable&lt;/font&gt;&lt;/b&gt;" vertex="1">
          <mxGeometry height="50" width="110" x="800" y="50" as="geometry" />
        </mxCell>
        <mxCell id="dAGMuh-EUK1Y8pTE6-PC-8" parent="VSqCA1LAcqbEIX1a-AIG-1" style="strokeWidth=2;html=1;shape=mxgraph.flowchart.terminator;whiteSpace=wrap;fillColor=#d5e8d4;gradientColor=#97d077;strokeColor=#66B2FF;" value="&lt;font style=&quot;font-size: 13px; color: rgb(0, 0, 255);&quot;&gt;&lt;b&gt;END&lt;/b&gt;&lt;/font&gt;" vertex="1">
          <mxGeometry height="45" width="90" x="980" y="50" as="geometry" />
        </mxCell>
        <mxCell id="KsxiR5SY5I83CpnIQ7mC-10" edge="1" parent="VSqCA1LAcqbEIX1a-AIG-1" source="dAGMuh-EUK1Y8pTE6-PC-6" style="edgeStyle=orthogonalEdgeStyle;rounded=0;orthogonalLoop=1;jettySize=auto;html=1;exitX=1;exitY=0.5;exitDx=0;exitDy=0;entryX=0.111;entryY=0.556;entryDx=0;entryDy=0;entryPerimeter=0;strokeColor=#0000FF;" target="dAGMuh-EUK1Y8pTE6-PC-8">
          <mxGeometry relative="1" as="geometry" />
        </mxCell>
        <mxCell id="dAGMuh-EUK1Y8pTE6-PC-10" edge="1" parent="1" source="JTW380UVqBL9k5zzlviH-1" style="edgeStyle=orthogonalEdgeStyle;rounded=0;orthogonalLoop=1;jettySize=auto;html=1;exitX=0.5;exitY=1;exitDx=0;exitDy=0;entryX=0.5;entryY=0;entryDx=0;entryDy=0;strokeColor=#0000FF;strokeWidth=3;" target="2IOCe_ZcG10jMQKezpJ2-1">
          <mxGeometry relative="1" as="geometry" />
        </mxCell>
      </root>
    </mxGraphModel>
  </diagram>
</mxfile>
